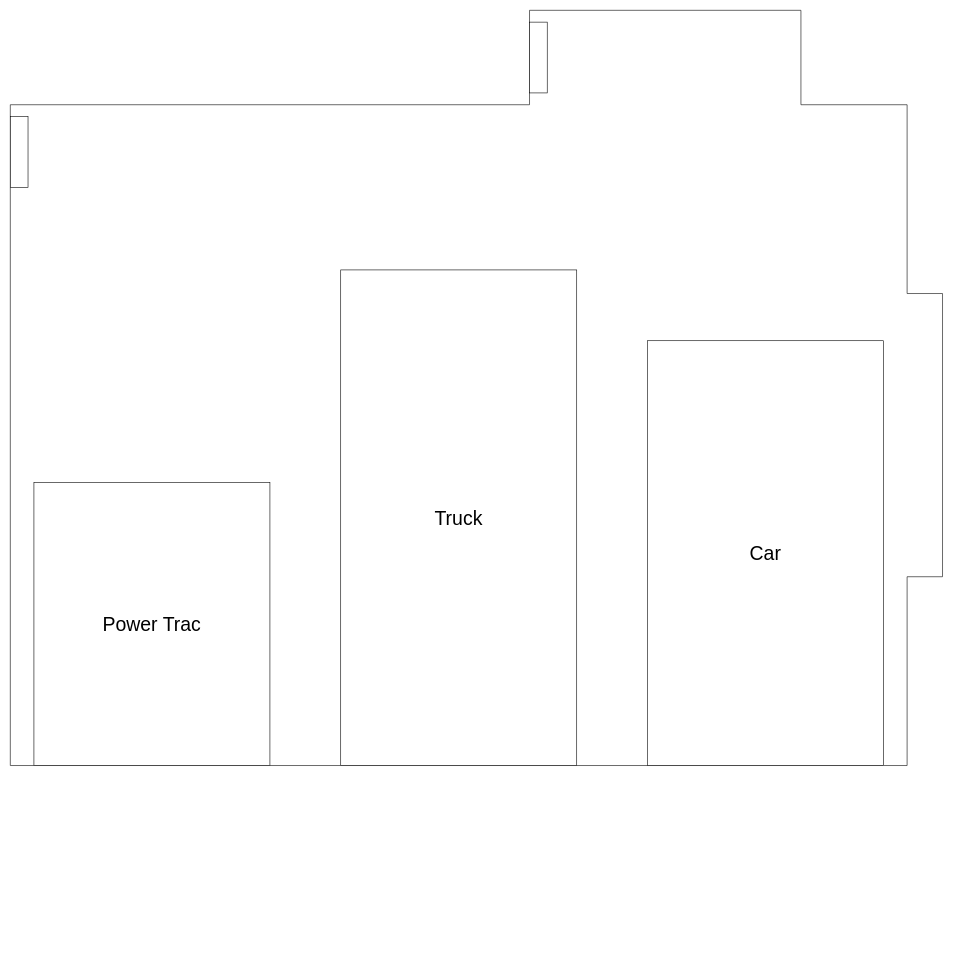
Earlier version of the draw.io diagram garage/Garage.drawio (nthurow/draw-io). Source tidied: cells renumbered, new cells numbered last; positions are measured from the earlier drawing's top-left corner, leaving out a move shared by most shapes. Both pictures are drawn from the tidied source at 59%, with x=0, y=0 at pixel (10, 10).
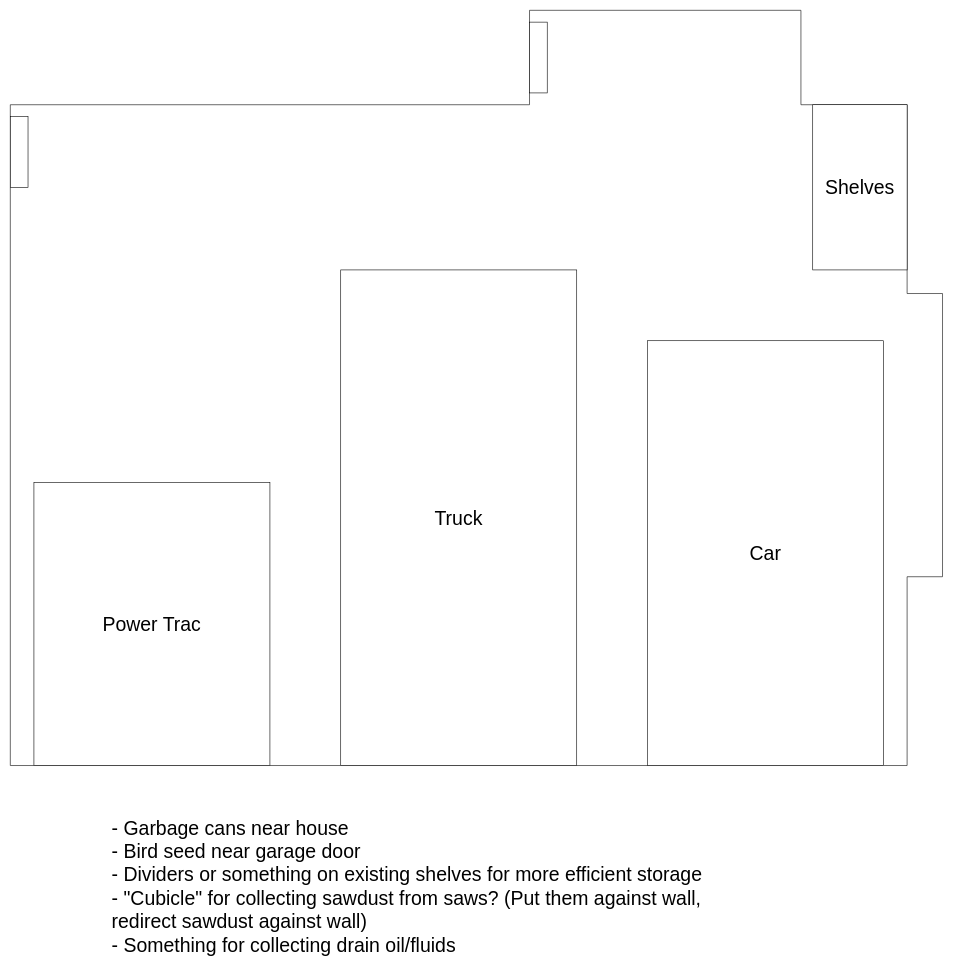
After the change.

Change to the diagram source:
```diff
@@
+    <mxCell id="19" value="Shelves" style="rounded=0;whiteSpace=wrap;html=1;fontSize=33;" parent="1" vertex="1">
+      <mxGeometry x="1360" y="160" width="160" height="280" as="geometry" />
+    </mxCell>
+    <mxCell id="20" value="- Garbage cans near house&lt;div&gt;- Bird seed near garage door&lt;/div&gt;&lt;div&gt;- Dividers or something on existing shelves for more efficient storage&lt;/div&gt;&lt;div&gt;- &quot;Cubicle&quot; for collecting sawdust from saws? (Put them against wall, redirect sawdust against wall)&lt;/div&gt;&lt;div&gt;- Something for collecting drain oil/fluids&lt;/div&gt;" style="text;html=1;whiteSpace=wrap;strokeColor=none;fillColor=none;align=left;verticalAlign=middle;rounded=0;fontSize=33;" parent="1" vertex="1">
+      <mxGeometry x="170" y="1470" width="1110" height="30" as="geometry" />
+    </mxCell>
```
